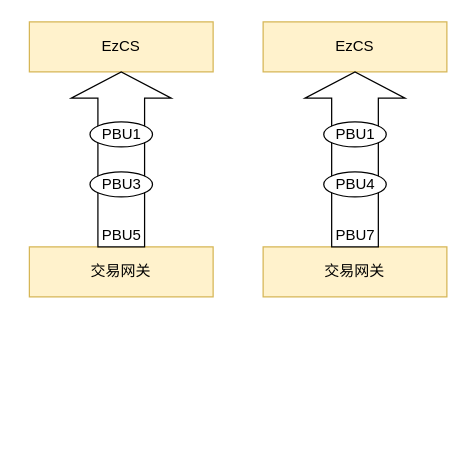
Before: page "Page-4" (4 of 4) of Untitled Diagram.drawio in gotrade/gotrade, a draw.io diagram. Source tidied: cells renumbered, new cells numbered last; positions are measured from the earlier drawing's top-left corner, leaving out a move shared by most shapes. Both pictures are drawn from the tidied source at 125%, with x=0, y=0 at pixel (29, 21).
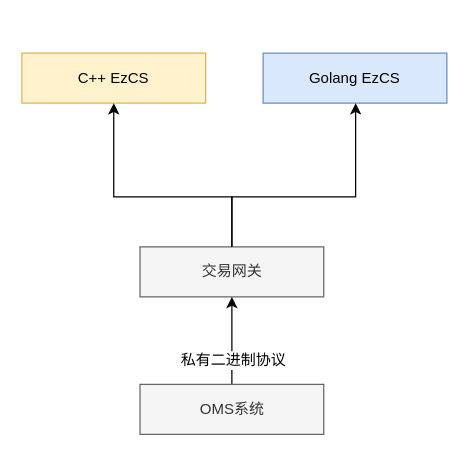
The same diagram, later.

Change to the diagram source:
```diff
@@
 <mxGraphModel>
   <root>
     <mxCell id="0" />
     <mxCell id="1" parent="0" />
-    <mxCell id="2" value="EzCS" style="rounded=0;whiteSpace=wrap;html=1;fillColor=#fff2cc;strokeColor=#d6b656;" parent="1" vertex="1">
-      <mxGeometry width="147" height="40" as="geometry" />
+    <mxCell id="2" value="C++ EzCS" style="rounded=0;whiteSpace=wrap;html=1;fillColor=#fff2cc;strokeColor=#d6b656;" parent="1" vertex="1">
+      <mxGeometry x="-6" y="25" width="147" height="40" as="geometry" />
     </mxCell>
+    <mxCell id="12" style="edgeStyle=orthogonalEdgeStyle;rounded=0;jettySize=auto;html=1;endArrow=classic;endFill=1;entryX=0.5;entryY=1;entryDx=0;entryDy=0;" parent="1" edge="1" source="3" target="2">
+      <mxGeometry relative="1" as="geometry">
+        <Array as="points">
+          <mxPoint x="162" y="140" />
+          <mxPoint x="68" y="140" />
+        </Array>
+      </mxGeometry>
+    </mxCell>
-    <mxCell id="3" value="交易网关" style="rounded=0;whiteSpace=wrap;html=1;fillColor=#fff2cc;strokeColor=#d6b656;" parent="1" vertex="1">
-      <mxGeometry y="180" width="147" height="40" as="geometry" />
+    <mxCell id="3" value="交易网关" style="rounded=0;whiteSpace=wrap;html=1;fillColor=#f5f5f5;strokeColor=#666666;fontColor=#333333;" parent="1" vertex="1">
+      <mxGeometry x="88.5" y="180" width="147" height="40" as="geometry" />
     </mxCell>
-    <mxCell id="4" value="PBU5" style="shape=singleArrow;direction=north;whiteSpace=wrap;html=1;arrowWidth=0.4666666666666667;arrowSize=0.15;verticalAlign=bottom;" parent="1" vertex="1">
-      <mxGeometry x="33.5" y="40" width="80" height="140" as="geometry" />
-    </mxCell>
-    <mxCell id="5" value="PBU1" style="ellipse;whiteSpace=wrap;html=1;" parent="1" vertex="1">
-      <mxGeometry x="48.5" y="80" width="50" height="20" as="geometry" />
-    </mxCell>
-    <mxCell id="6" value="PBU3" style="ellipse;whiteSpace=wrap;html=1;" parent="1" vertex="1">
-      <mxGeometry x="48.5" y="120" width="50" height="20" as="geometry" />
-    </mxCell>
-    <mxCell id="7" value="EzCS" style="rounded=0;whiteSpace=wrap;html=1;fillColor=#fff2cc;strokeColor=#d6b656;" parent="1" vertex="1">
-      <mxGeometry x="187" width="147" height="40" as="geometry" />
+    <mxCell id="7" value="Golang EzCS" style="rounded=0;whiteSpace=wrap;html=1;fillColor=#dae8fc;strokeColor=#6c8ebf;" parent="1" vertex="1">
+      <mxGeometry x="187" y="25" width="147" height="40" as="geometry" />
     </mxCell>
-    <mxCell id="8" value="交易网关" style="rounded=0;whiteSpace=wrap;html=1;fillColor=#fff2cc;strokeColor=#d6b656;" parent="1" vertex="1">
-      <mxGeometry x="187" y="180" width="147" height="40" as="geometry" />
-    </mxCell>
-    <mxCell id="9" value="PBU7" style="shape=singleArrow;direction=north;whiteSpace=wrap;html=1;arrowWidth=0.4666666666666667;arrowSize=0.15;verticalAlign=bottom;" parent="1" vertex="1">
-      <mxGeometry x="220.5" y="40" width="80" height="140" as="geometry" />
-    </mxCell>
-    <mxCell id="10" value="PBU1" style="ellipse;whiteSpace=wrap;html=1;" parent="1" vertex="1">
-      <mxGeometry x="235.5" y="80" width="50" height="20" as="geometry" />
-    </mxCell>
-    <mxCell id="11" value="PBU4" style="ellipse;whiteSpace=wrap;html=1;" parent="1" vertex="1">
-      <mxGeometry x="235.5" y="120" width="50" height="20" as="geometry" />
-    </mxCell>
+    <mxCell id="13" style="edgeStyle=orthogonalEdgeStyle;rounded=0;jettySize=auto;html=1;endArrow=classic;endFill=1;exitX=0.5;exitY=0;exitDx=0;exitDy=0;" parent="1" edge="1" source="3" target="7">
+      <mxGeometry relative="1" as="geometry">
+        <Array as="points">
+          <mxPoint x="162" y="140" />
+          <mxPoint x="261" y="140" />
+        </Array>
+      </mxGeometry>
+    </mxCell>
+    <mxCell id="14" style="edgeStyle=orthogonalEdgeStyle;rounded=0;jettySize=auto;html=1;entryX=0.5;entryY=1;entryDx=0;entryDy=0;endArrow=classic;endFill=1;" parent="1" edge="1" source="16" target="3">
+      <mxGeometry relative="1" as="geometry" />
+    </mxCell>
+    <mxCell id="15" value="私有二进制协议" style="text;html=1;align=center;verticalAlign=middle;labelBackgroundColor=#ffffff;" parent="14" vertex="1">
+      <mxGeometry y="4" relative="1" as="geometry">
+        <mxPoint x="4" y="15" as="offset" />
+      </mxGeometry>
+    </mxCell>
+    <mxCell id="16" value="OMS系统" style="rounded=0;whiteSpace=wrap;html=1;fillColor=#f5f5f5;strokeColor=#666666;fontColor=#333333;" parent="1" vertex="1">
+      <mxGeometry x="88.5" y="290" width="147" height="40" as="geometry" />
+    </mxCell>
   </root>
 </mxGraphModel>
```
